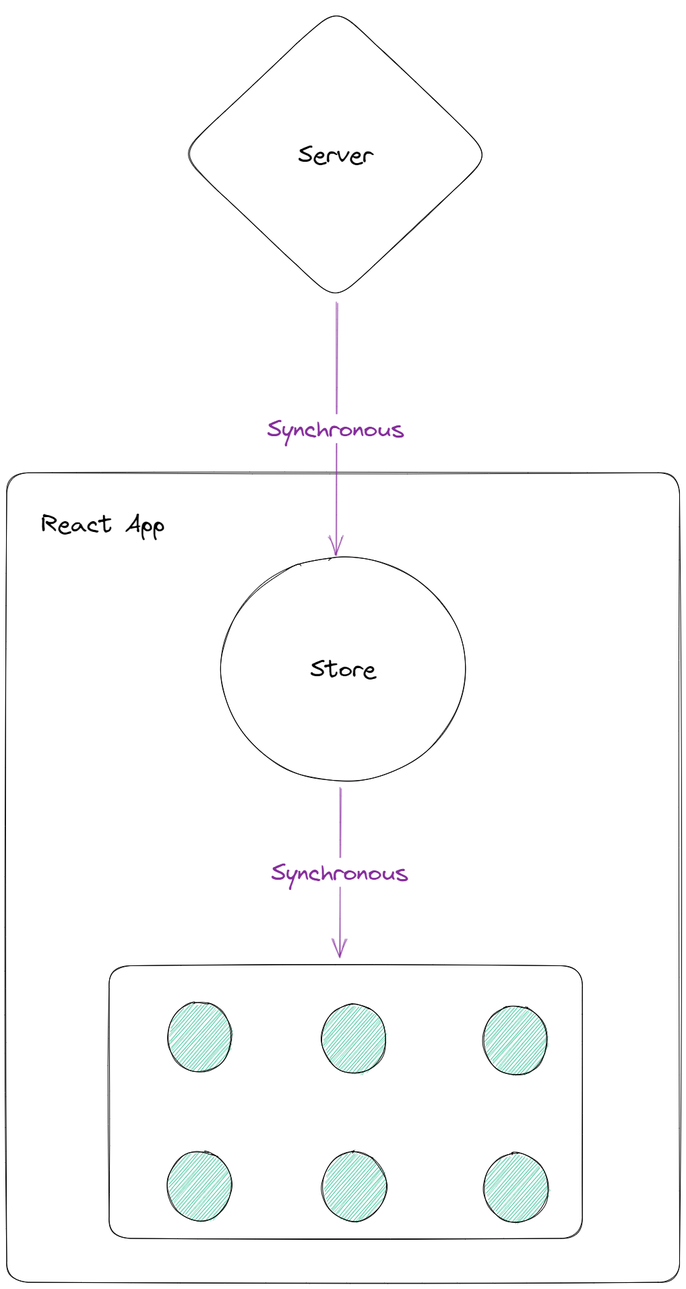
Earlier version of the Excalidraw export ExplorationTours/images/cs.png (zhenzhenChange/landscapes). Source tidied: one line per element, renumbered; positions are measured from the earlier drawing's top-left corner, leaving out a move shared by most shapes.
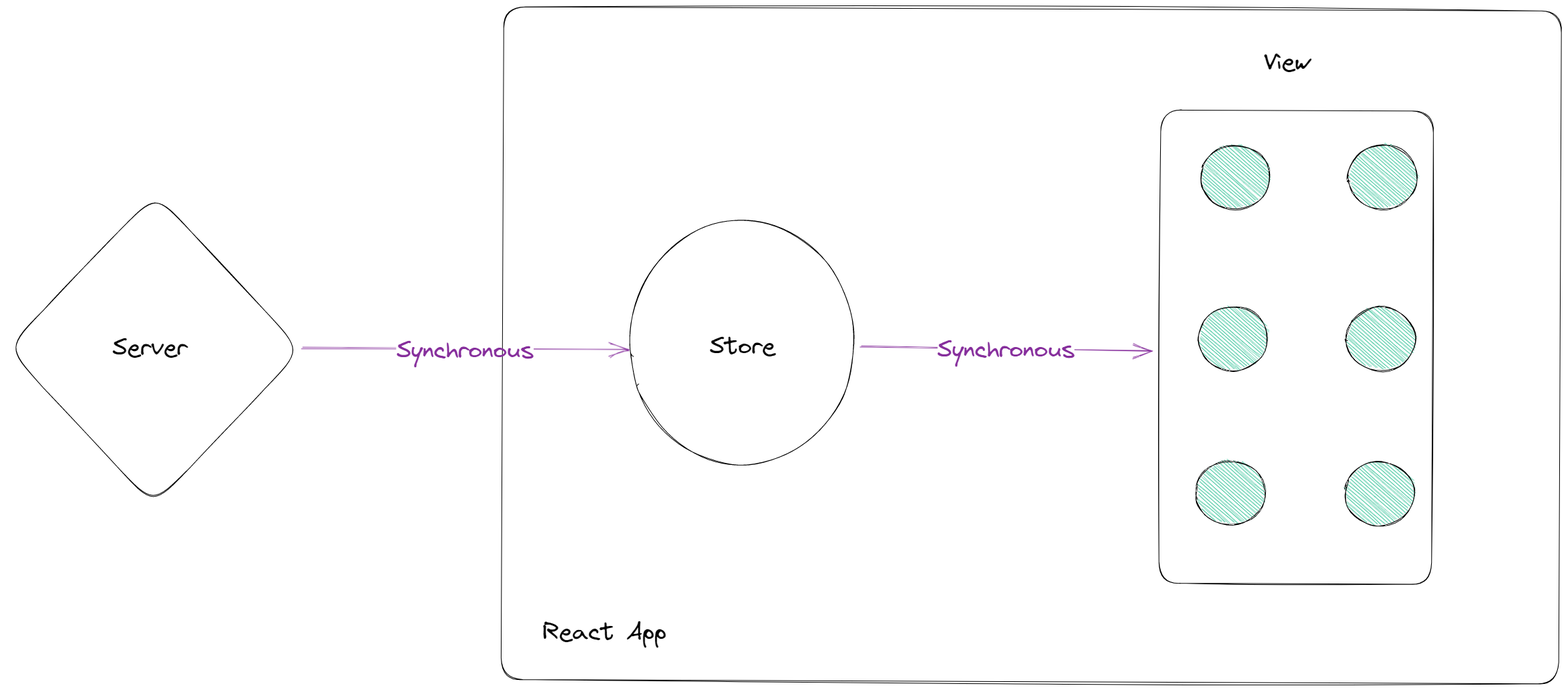
Later version of the same file.

What changed in the source:
```diff
@@ -1,17 +1,18 @@
-{"id": 0, "type": "rectangle", "strokeColor": "#000000", "strokeWidth": 1, "roughness": 1, "round": true, "x": 0, "y": 691, "width": 998, "height": 1201}
+{"id": 0, "type": "rectangle", "strokeColor": "#000000", "angle": 4.72, "strokeWidth": 1, "roughness": 1, "round": true, "x": 530, "y": 164, "width": 998, "height": 1569}
-{"id": 1, "type": "ellipse", "strokeColor": "#000000", "backgroundColor": "#12b886", "fillStyle": "hachure", "strokeWidth": 1, "roughness": 1, "round": true, "x": 239, "y": 1477, "width": 95, "height": 103}
+{"id": 1, "type": "ellipse", "strokeColor": "#000000", "angle": 4.72, "backgroundColor": "#12b886", "fillStyle": "hachure", "strokeWidth": 1, "roughness": 1, "round": true, "x": 1277, "y": 1116, "width": 95, "height": 103}
-{"id": 2, "type": "ellipse", "strokeColor": "#000000", "backgroundColor": "#12b886", "fillStyle": "hachure", "strokeWidth": 1, "roughness": 1, "round": true, "x": 238, "y": 1698, "width": 95, "height": 103}
+{"id": 2, "type": "ellipse", "strokeColor": "#000000", "angle": 4.72, "backgroundColor": "#12b886", "fillStyle": "hachure", "strokeWidth": 1, "roughness": 1, "round": true, "x": 1498, "y": 1117, "width": 95, "height": 103}
-{"id": 3, "type": "ellipse", "strokeColor": "#000000", "backgroundColor": "#12b886", "fillStyle": "hachure", "strokeWidth": 1, "roughness": 1, "round": true, "x": 708, "y": 1701, "width": 95, "height": 103}
+{"id": 3, "type": "ellipse", "strokeColor": "#000000", "angle": 4.72, "backgroundColor": "#12b886", "fillStyle": "hachure", "strokeWidth": 1, "roughness": 1, "round": true, "x": 1503, "y": 647, "width": 95, "height": 103}
-{"id": 4, "type": "ellipse", "strokeColor": "#000000", "backgroundColor": "#12b886", "fillStyle": "hachure", "strokeWidth": 1, "roughness": 1, "round": true, "x": 707, "y": 1482, "width": 95, "height": 103}
+{"id": 4, "type": "ellipse", "strokeColor": "#000000", "angle": 4.72, "backgroundColor": "#12b886", "fillStyle": "hachure", "strokeWidth": 1, "roughness": 1, "round": true, "x": 1284, "y": 647, "width": 95, "height": 103}
-{"id": 5, "type": "ellipse", "strokeColor": "#000000", "backgroundColor": "#12b886", "fillStyle": "hachure", "strokeWidth": 1, "roughness": 1, "round": true, "x": 468, "y": 1479, "width": 95, "height": 103}
+{"id": 5, "type": "ellipse", "strokeColor": "#000000", "angle": 4.72, "backgroundColor": "#12b886", "fillStyle": "hachure", "strokeWidth": 1, "roughness": 1, "round": true, "x": 1280, "y": 887, "width": 95, "height": 103}
-{"id": 6, "type": "ellipse", "strokeColor": "#000000", "backgroundColor": "#12b886", "fillStyle": "hachure", "strokeWidth": 1, "roughness": 1, "round": true, "x": 468, "y": 1699, "width": 95, "height": 103}
+{"id": 6, "type": "ellipse", "strokeColor": "#000000", "angle": 4.72, "backgroundColor": "#12b886", "fillStyle": "hachure", "strokeWidth": 1, "roughness": 1, "round": true, "x": 1500, "y": 888, "width": 95, "height": 103}
-{"id": 7, "type": "text", "text": "React App", "strokeColor": "#000000", "backgroundColor": "#12b886", "fillStyle": "hachure", "strokeWidth": 1, "roughness": 1, "fontSize": 36, "fontFamily": 1, "x": 51, "y": 745, "width": 184, "height": 43}
-{"id": 8, "type": "diamond", "strokeColor": "#000000", "strokeWidth": 1, "roughness": 1, "round": true, "x": 256, "y": 0, "width": 464, "height": 438}
+{"id": 8, "type": "diamond", "strokeColor": "#000000", "angle": 4.72, "strokeWidth": 1, "roughness": 1, "round": true, "x": -504, "y": 736, "width": 464, "height": 438}
-{"id": 9, "type": "text", "text": "Server", "strokeColor": "#000000", "backgroundColor": "#12b886", "fillStyle": "hachure", "strokeWidth": 1, "roughness": 1, "fontSize": 36, "fontFamily": 1, "textAlign": "center", "verticalAlign": "middle", "inside": 8, "x": 432, "y": 197, "width": 111, "height": 43}
-{"id": 10, "type": "ellipse", "strokeColor": "#000000", "strokeWidth": 1, "roughness": 1, "round": true, "x": 318, "y": 816, "width": 362, "height": 332}
+{"id": 10, "type": "ellipse", "strokeColor": "#000000", "angle": 4.72, "strokeWidth": 1, "roughness": 1, "round": true, "x": 418, "y": 778, "width": 362, "height": 332}
-{"id": 11, "type": "text", "text": "Store", "strokeColor": "#000000", "strokeWidth": 1, "roughness": 1, "fontSize": 36, "fontFamily": 1, "textAlign": "center", "verticalAlign": "middle", "inside": 10, "x": 451, "y": 961, "width": 97, "height": 43}
-{"id": 12, "type": "rectangle", "strokeColor": "#000000", "strokeWidth": 1, "roughness": 1, "round": true, "x": 152, "y": 1422, "width": 702, "height": 404}
+{"id": 12, "type": "rectangle", "strokeColor": "#000000", "angle": 4.72, "strokeWidth": 1, "roughness": 1, "round": true, "x": 1071, "y": 749, "width": 702, "height": 404}
-{"id": 13, "type": "arrow", "strokeColor": "#862e9c", "strokeWidth": 1, "roughness": 1, "endArrowhead": "arrow", "round": true, "from": 10, "to": 12, "x": 495, "y": 1158, "width": 1, "height": 252, "points": [[0, 0], [-1, 252]]}
+{"id": 13, "type": "arrow", "strokeColor": "#862e9c", "angle": 4.72, "strokeWidth": 1, "roughness": 1, "endArrowhead": "arrow", "round": true, "from": 10, "to": 12, "x": 993, "y": 738, "width": 5, "height": 432, "points": [[0, 0], [-5, 432]]}
-{"id": 14, "type": "text", "text": "Synchronous", "strokeColor": "#862e9c", "strokeWidth": 1, "roughness": 1, "fontSize": 36, "fontFamily": 1, "textAlign": "center", "verticalAlign": "middle", "inside": 13, "x": 389, "y": 1266, "width": 204, "height": 43}
+{"id": 14, "type": "text", "text": "Synchronous", "strokeColor": "#862e9c", "strokeWidth": 1, "roughness": 1, "fontSize": 36, "fontFamily": 1, "textAlign": "center", "verticalAlign": "middle", "inside": 13, "x": 890, "y": 932, "width": 204, "height": 43}
-{"id": 15, "type": "arrow", "strokeColor": "#862e9c", "strokeWidth": 1, "roughness": 1, "endArrowhead": "arrow", "round": true, "from": 8, "to": 10, "x": 489, "y": 438, "width": 1, "height": 375, "points": [[0, 0], [-1, 375]]}
+{"id": 15, "type": "arrow", "strokeColor": "#862e9c", "angle": 4.72, "strokeWidth": 1, "roughness": 1, "endArrowhead": "arrow", "round": true, "from": 8, "to": 10, "x": 188, "y": 712, "width": 0, "height": 485, "points": [[0, 0], [0, 485]]}
-{"id": 16, "type": "text", "text": "Synchronous", "strokeColor": "#862e9c", "strokeWidth": 1, "roughness": 1, "fontSize": 36, "fontFamily": 1, "textAlign": "center", "verticalAlign": "middle", "inside": 15, "x": 403, "y": 598, "width": 204, "height": 43}
+{"id": 16, "type": "text", "text": "Synchronous", "strokeColor": "#862e9c", "strokeWidth": 1, "roughness": 1, "fontSize": 36, "fontFamily": 1, "textAlign": "center", "verticalAlign": "middle", "inside": 15, "x": 87, "y": 933, "width": 204, "height": 43}
+{"id": 9, "type": "text", "text": "Server", "strokeColor": "#000000", "strokeWidth": 1, "roughness": 1, "fontSize": 36, "fontFamily": 1, "x": -334, "y": 930, "width": 111, "height": 43}
+{"id": 11, "type": "text", "text": "Store", "strokeColor": "#000000", "strokeWidth": 1, "roughness": 1, "fontSize": 36, "fontFamily": 1, "x": 552, "y": 928, "width": 97, "height": 43}
+{"id": 7, "type": "text", "text": "React App", "strokeColor": "#000000", "strokeWidth": 1, "roughness": 1, "fontSize": 36, "fontFamily": 1, "x": 304, "y": 1352, "width": 184, "height": 43}
+{"id": 17, "type": "text", "text": "View", "strokeColor": "#000000", "strokeWidth": 1, "roughness": 1, "fontSize": 36, "fontFamily": 1, "x": 1374, "y": 506, "width": 68, "height": 43}
```
